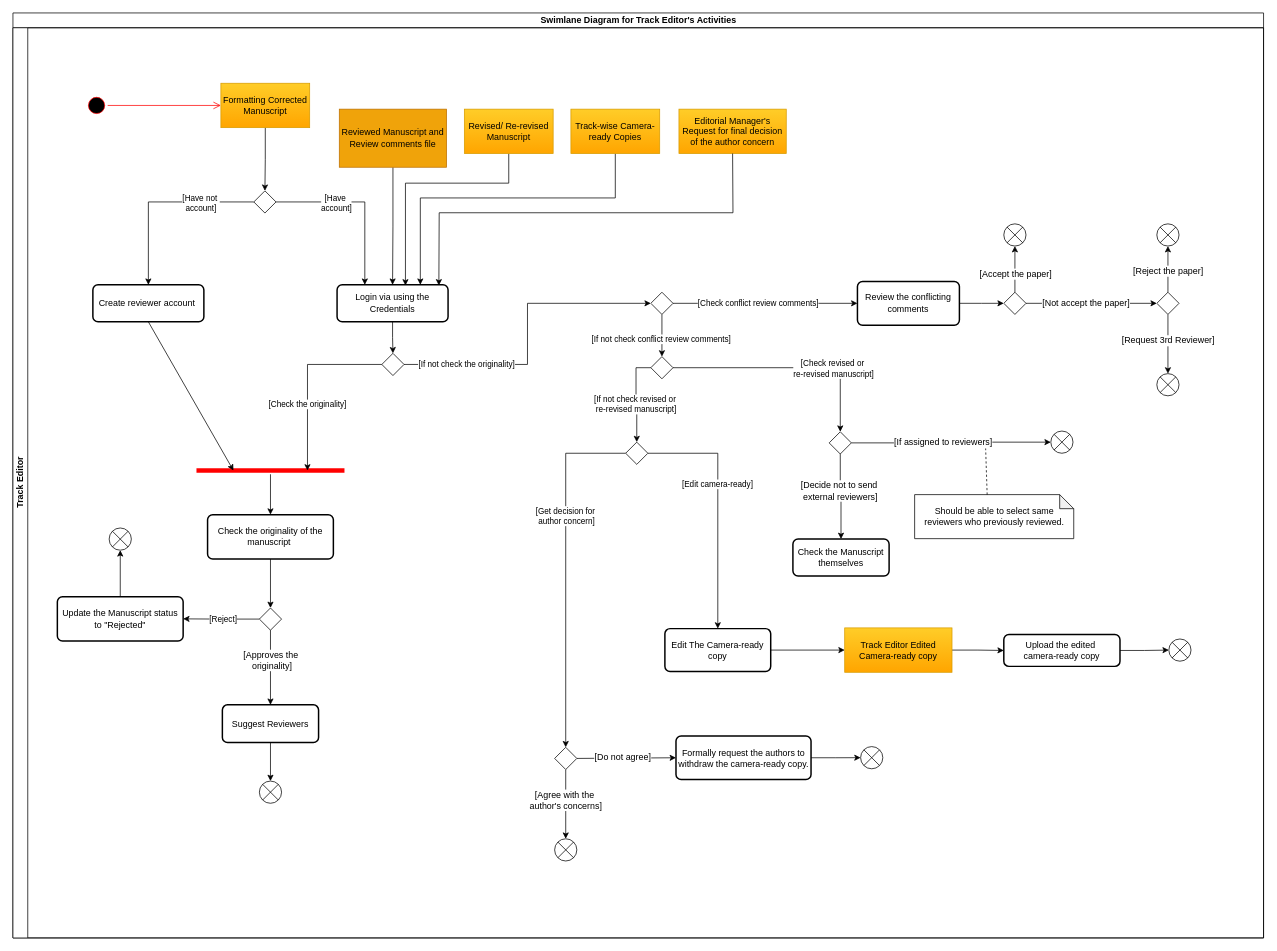
KavinduAmalka/Conference-Management-System keeps this draw.io diagram as UML Diagram/Swimlane Activity Diagram for Actors in the Conference management system/Swimlane Activity Diagram for Track Editor's Activities/Swimlane Activity Diagram for Track Editor's Activities.drawio. Above is the earlier version. Source tidied: cells renumbered, new cells numbered last; positions are measured from the earlier drawing's top-left corner, leaving out a move shared by most shapes. Both pictures are drawn from the tidied source at 74%, with x=0, y=0 at pixel (13, 13).
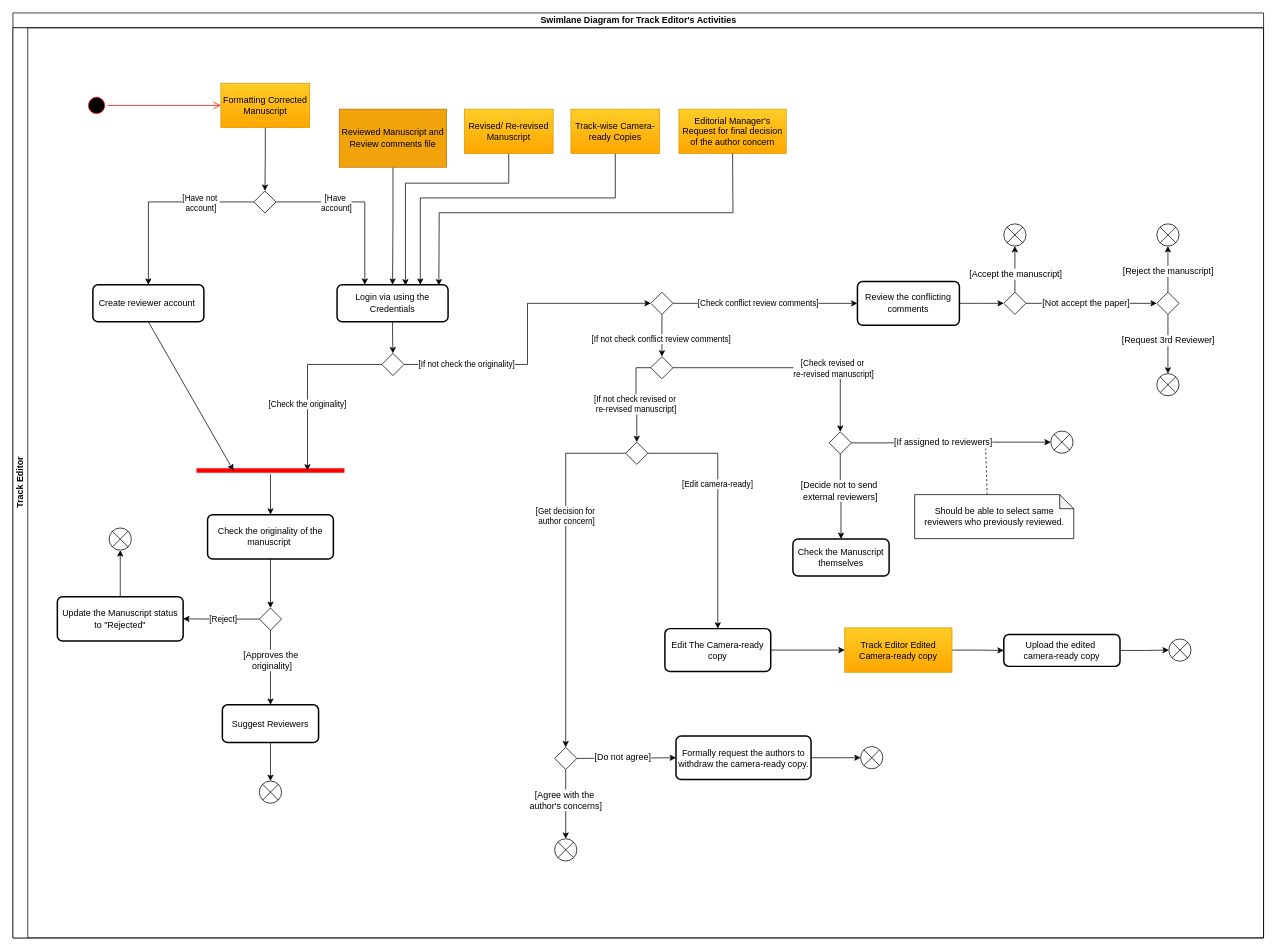
The same diagram, later.

The change refers to these unchanged cells:
```xml
<mxCell id="30" style="edgeStyle=orthogonalEdgeStyle;rounded=0;jettySize=auto;html=1;exitX=0.5;exitY=0;exitDx=0;exitDy=0;entryX=0.5;entryY=1;entryDx=0;entryDy=0;" parent="3" edge="1" source="34" target="38">
  <mxGeometry relative="1" as="geometry" />
</mxCell>
<mxCell id="36" style="endArrow=classic;html=1;rounded=0;exitX=0.5;exitY=0;exitDx=0;exitDy=0;entryX=0.5;entryY=1;entryDx=0;entryDy=0;" parent="3" edge="1" source="29" target="35">
  <mxGeometry relative="1" as="geometry" />
</mxCell>
```

The edit, as a diff of the source:
```diff
@@
-    <mxCell id="31" value="&lt;span style=&quot;font-size: 12px;&quot;&gt;[Reject the paper]&lt;/span&gt;" style="edgeLabel;html=1;align=center;verticalAlign=middle;" parent="30" vertex="1">
+    <mxCell id="31" value="&lt;span style=&quot;font-size: 12px;&quot;&gt;[Reject the manuscript]&lt;/span&gt;" style="edgeLabel;html=1;align=center;verticalAlign=middle;" parent="30" vertex="1">
       <mxGeometry x="-0.08" relative="1" as="geometry" />
     </mxCell>
@@
-    <mxCell id="37" value="&lt;font style=&quot;font-size: 12px;&quot;&gt;[Accept the paper]&lt;/font&gt;" style="edgeLabel;html=1;align=center;verticalAlign=middle;" parent="36" vertex="1">
+    <mxCell id="37" value="&lt;font style=&quot;font-size: 12px;&quot;&gt;[Accept the manuscript]&lt;/font&gt;" style="edgeLabel;html=1;align=center;verticalAlign=middle;" parent="36" vertex="1">
       <mxGeometry x="-0.19" relative="1" as="geometry" />
     </mxCell>
```
